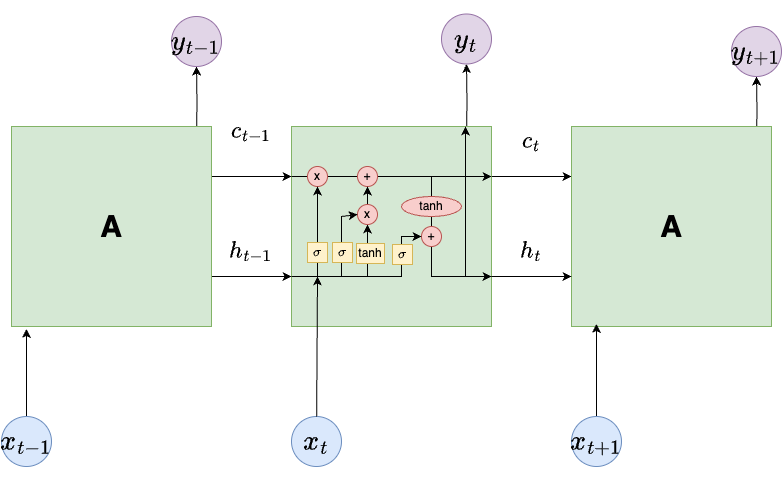
Above: ds701_book/drawio/LSTM.png in tools4ds/DS701-Course-Notes (draw.io), before the change. Source tidied: cells renumbered, new cells last; positions are measured from the earlier drawing's top-left corner, leaving out a move shared by most shapes. The source it was exported from:
```xml
<mxGraphModel math="1">
  <root>
    <mxCell id="0" />
    <mxCell id="1" parent="0" />
    <mxCell id="2" style="edgeStyle=orthogonalEdgeStyle;rounded=0;jettySize=auto;html=1;" parent="1" edge="1" target="6">
      <mxGeometry relative="1" as="geometry">
        <mxPoint x="195" y="124.5" as="sourcePoint" />
      </mxGeometry>
    </mxCell>
    <mxCell id="3" style="edgeStyle=orthogonalEdgeStyle;rounded=0;jettySize=auto;html=1;exitX=1;exitY=0.75;exitDx=0;exitDy=0;entryX=0;entryY=0.75;entryDx=0;entryDy=0;" parent="1" edge="1" source="5" target="11">
      <mxGeometry relative="1" as="geometry" />
    </mxCell>
    <mxCell id="4" style="edgeStyle=orthogonalEdgeStyle;rounded=0;jettySize=auto;html=1;exitX=1;exitY=0.25;exitDx=0;exitDy=0;entryX=0;entryY=0.25;entryDx=0;entryDy=0;" parent="1" edge="1" source="5" target="11">
      <mxGeometry relative="1" as="geometry" />
    </mxCell>
    <mxCell id="5" value="A" style="whiteSpace=wrap;html=1;fillColor=#d5e8d4;strokeColor=#82b366;fontSize=30;fontStyle=1;" parent="1" vertex="1">
      <mxGeometry x="10" y="112" width="200" height="200" as="geometry" />
    </mxCell>
    <mxCell id="6" value="&lt;font style=&quot;font-size: 24px;&quot;&gt;$$y_{t-1}$$&lt;/font&gt;" style="ellipse;whiteSpace=wrap;html=1;fillColor=#e1d5e7;strokeColor=#9673a6;" parent="1" vertex="1">
      <mxGeometry x="170" y="2" width="50" height="50" as="geometry" />
    </mxCell>
    <mxCell id="7" style="edgeStyle=orthogonalEdgeStyle;rounded=0;jettySize=auto;html=1;exitX=0.5;exitY=0;exitDx=0;exitDy=0;entryX=0.5;entryY=1;entryDx=0;entryDy=0;" parent="1" edge="1" source="8">
      <mxGeometry relative="1" as="geometry">
        <mxPoint x="25" y="314.5" as="targetPoint" />
      </mxGeometry>
    </mxCell>
    <mxCell id="8" value="&lt;font style=&quot;font-size: 24px;&quot;&gt;$$x_{t-1}$$&lt;/font&gt;" style="ellipse;whiteSpace=wrap;html=1;fillColor=#dae8fc;strokeColor=#6c8ebf;" parent="1" vertex="1">
      <mxGeometry y="402" width="50" height="50" as="geometry" />
    </mxCell>
    <mxCell id="9" style="edgeStyle=orthogonalEdgeStyle;rounded=0;jettySize=auto;html=1;exitX=0.5;exitY=0;exitDx=0;exitDy=0;entryX=0.5;entryY=1;entryDx=0;entryDy=0;" parent="1" edge="1" target="12">
      <mxGeometry relative="1" as="geometry">
        <mxPoint x="465" y="124.5" as="sourcePoint" />
      </mxGeometry>
    </mxCell>
    <mxCell id="10" style="edgeStyle=orthogonalEdgeStyle;rounded=0;jettySize=auto;html=1;exitX=1;exitY=0.25;exitDx=0;exitDy=0;entryX=0;entryY=0.25;entryDx=0;entryDy=0;" parent="1" edge="1" source="11" target="15">
      <mxGeometry relative="1" as="geometry" />
    </mxCell>
    <mxCell id="11" style="whiteSpace=wrap;html=1;fillColor=#d5e8d4;strokeColor=#82b366;fontSize=30;fontStyle=1;" parent="1" vertex="1">
      <mxGeometry x="290" y="112" width="200" height="200" as="geometry" />
    </mxCell>
    <mxCell id="12" value="&lt;font style=&quot;font-size: 24px;&quot;&gt;$$y_t$$&lt;/font&gt;" style="ellipse;whiteSpace=wrap;html=1;fillColor=#e1d5e7;strokeColor=#9673a6;" parent="1" vertex="1">
      <mxGeometry x="440" y="-0.5" width="50" height="50" as="geometry" />
    </mxCell>
    <mxCell id="13" value="&lt;font style=&quot;font-size: 24px;&quot;&gt;$$x_t$$&lt;/font&gt;" style="ellipse;whiteSpace=wrap;html=1;fillColor=#dae8fc;strokeColor=#6c8ebf;" parent="1" vertex="1">
      <mxGeometry x="290" y="402" width="50" height="50" as="geometry" />
    </mxCell>
    <mxCell id="14" style="edgeStyle=orthogonalEdgeStyle;rounded=0;jettySize=auto;html=1;exitX=0.5;exitY=0;exitDx=0;exitDy=0;entryX=0.5;entryY=1;entryDx=0;entryDy=0;" parent="1" edge="1" target="16">
      <mxGeometry relative="1" as="geometry">
        <mxPoint x="755" y="129.5" as="sourcePoint" />
      </mxGeometry>
    </mxCell>
    <mxCell id="15" value="A" style="whiteSpace=wrap;html=1;fillColor=#d5e8d4;strokeColor=#82b366;fontSize=30;fontStyle=1;" parent="1" vertex="1">
      <mxGeometry x="570" y="112" width="200" height="200" as="geometry" />
    </mxCell>
    <mxCell id="16" value="&lt;font style=&quot;font-size: 24px;&quot;&gt;$$y_{t+1}$$&lt;/font&gt;" style="ellipse;whiteSpace=wrap;html=1;fillColor=#e1d5e7;strokeColor=#9673a6;" parent="1" vertex="1">
      <mxGeometry x="730" y="12" width="50" height="50" as="geometry" />
    </mxCell>
    <mxCell id="17" style="edgeStyle=orthogonalEdgeStyle;rounded=0;jettySize=auto;html=1;exitX=0.5;exitY=0;exitDx=0;exitDy=0;entryX=0.5;entryY=1;entryDx=0;entryDy=0;" parent="1" edge="1" source="18">
      <mxGeometry relative="1" as="geometry">
        <mxPoint x="595" y="309.5" as="targetPoint" />
      </mxGeometry>
    </mxCell>
    <mxCell id="18" value="&lt;font style=&quot;font-size: 24px;&quot;&gt;$$x_{t+1}$$&lt;/font&gt;" style="ellipse;whiteSpace=wrap;html=1;fillColor=#dae8fc;strokeColor=#6c8ebf;" parent="1" vertex="1">
      <mxGeometry x="570" y="402" width="50" height="50" as="geometry" />
    </mxCell>
    <mxCell id="19" style="edgeStyle=orthogonalEdgeStyle;rounded=0;orthogonalLoop=1;jettySize=auto;html=1;exitX=1;exitY=0.75;exitDx=0;exitDy=0;entryX=0;entryY=0.75;entryDx=0;entryDy=0;" parent="1" edge="1">
      <mxGeometry relative="1" as="geometry">
        <mxPoint x="490" y="262" as="sourcePoint" />
        <mxPoint x="570" y="262" as="targetPoint" />
      </mxGeometry>
    </mxCell>
    <mxCell id="20" style="endArrow=classic;html=1;rounded=0;entryX=1;entryY=0.25;entryDx=0;entryDy=0;" parent="1" edge="1" target="11">
      <mxGeometry relative="1" as="geometry">
        <mxPoint x="290" y="162" as="sourcePoint" />
      </mxGeometry>
    </mxCell>
    <mxCell id="21" value="x" style="ellipse;whiteSpace=wrap;html=1;fillColor=#f8cecc;strokeColor=#b85450;" parent="1" vertex="1">
      <mxGeometry x="306" y="152" width="20" height="20" as="geometry" />
    </mxCell>
    <mxCell id="22" value="+" style="ellipse;whiteSpace=wrap;html=1;fillColor=#f8cecc;strokeColor=#b85450;" parent="1" vertex="1">
      <mxGeometry x="356" y="152" width="20" height="20" as="geometry" />
    </mxCell>
    <mxCell id="23" style="curved=0;endArrow=classic;html=1;rounded=0;" parent="1" edge="1" source="26">
      <mxGeometry relative="1" as="geometry">
        <mxPoint x="490" y="262" as="targetPoint" />
        <Array as="points">
          <mxPoint x="430" y="262" />
        </Array>
      </mxGeometry>
    </mxCell>
    <mxCell id="24" style="endArrow=classic;html=1;rounded=0;entryX=0.87;entryY=0;entryDx=0;entryDy=0;entryPerimeter=0;" parent="1" edge="1" target="11">
      <mxGeometry relative="1" as="geometry">
        <mxPoint x="464" y="262" as="sourcePoint" />
      </mxGeometry>
    </mxCell>
    <mxCell id="25" style="curved=0;endArrow=none;html=1;rounded=0;endFill=0;" parent="1" edge="1" source="29" target="26">
      <mxGeometry relative="1" as="geometry" />
    </mxCell>
    <mxCell id="26" value="+" style="ellipse;whiteSpace=wrap;html=1;fillColor=#f8cecc;strokeColor=#b85450;" parent="1" vertex="1">
      <mxGeometry x="420" y="212" width="20" height="20" as="geometry" />
    </mxCell>
    <mxCell id="27" style="endArrow=classic;html=1;rounded=0;exitX=0;exitY=0.75;exitDx=0;exitDy=0;" parent="1" edge="1" source="11" target="26">
      <mxGeometry relative="1" as="geometry">
        <Array as="points">
          <mxPoint x="350" y="262" />
          <mxPoint x="400" y="262" />
          <mxPoint x="400" y="242" />
          <mxPoint x="400" y="222" />
        </Array>
      </mxGeometry>
    </mxCell>
    <mxCell id="28" style="curved=0;endArrow=none;html=1;rounded=0;endFill=0;" parent="1" edge="1" target="29">
      <mxGeometry relative="1" as="geometry">
        <mxPoint x="430" y="162" as="sourcePoint" />
      </mxGeometry>
    </mxCell>
    <mxCell id="29" value="tanh" style="ellipse;whiteSpace=wrap;html=1;fillColor=#f8cecc;strokeColor=#b85450;" parent="1" vertex="1">
      <mxGeometry x="400" y="182" width="60" height="20" as="geometry" />
    </mxCell>
    <mxCell id="30" value="&lt;font style=&quot;font-size: 20px;&quot;&gt;$$c_{t-1}$$&lt;/font&gt;" style="text;html=1;align=center;verticalAlign=middle;whiteSpace=wrap;rounded=0;" parent="1" vertex="1">
      <mxGeometry x="220" y="102" width="60" height="30" as="geometry" />
    </mxCell>
    <mxCell id="31" value="&lt;font style=&quot;font-size: 20px;&quot;&gt;$$c_{t}$$&lt;/font&gt;" style="text;html=1;align=center;verticalAlign=middle;whiteSpace=wrap;rounded=0;" parent="1" vertex="1">
      <mxGeometry x="500" y="112" width="60" height="30" as="geometry" />
    </mxCell>
    <mxCell id="32" value="&lt;font style=&quot;font-size: 20px;&quot;&gt;$$h_{t-1}$$&lt;/font&gt;" style="text;html=1;align=center;verticalAlign=middle;whiteSpace=wrap;rounded=0;" parent="1" vertex="1">
      <mxGeometry x="220" y="222" width="60" height="30" as="geometry" />
    </mxCell>
    <mxCell id="33" value="&lt;font style=&quot;font-size: 20px;&quot;&gt;$$h_{t}$$&lt;/font&gt;" style="text;html=1;align=center;verticalAlign=middle;whiteSpace=wrap;rounded=0;" parent="1" vertex="1">
      <mxGeometry x="500" y="222" width="60" height="30" as="geometry" />
    </mxCell>
    <mxCell id="34" style="endArrow=classic;html=1;rounded=0;" parent="1" edge="1" source="13">
      <mxGeometry relative="1" as="geometry">
        <mxPoint x="316" y="262" as="targetPoint" />
      </mxGeometry>
    </mxCell>
    <mxCell id="35" style="endArrow=classic;html=1;rounded=0;entryX=0.5;entryY=1;entryDx=0;entryDy=0;" parent="1" edge="1" source="37" target="21">
      <mxGeometry relative="1" as="geometry" />
    </mxCell>
    <mxCell id="36" style="endArrow=none;html=1;rounded=0;entryX=0.5;entryY=1;entryDx=0;entryDy=0;endFill=0;" parent="1" edge="1" target="37">
      <mxGeometry relative="1" as="geometry">
        <mxPoint x="316" y="262" as="sourcePoint" />
      </mxGeometry>
    </mxCell>
    <mxCell id="37" value="$$\sigma$$" style="whiteSpace=wrap;html=1;fillColor=#fff2cc;strokeColor=#d6b656;" parent="1" vertex="1">
      <mxGeometry x="306" y="228" width="20" height="20" as="geometry" />
    </mxCell>
    <mxCell id="38" style="endArrow=classic;html=1;rounded=0;targetPerimeterSpacing=0;sourcePerimeterSpacing=0;" parent="1" edge="1" source="40" target="22">
      <mxGeometry relative="1" as="geometry" />
    </mxCell>
    <mxCell id="39" style="endArrow=classic;html=1;rounded=0;targetPerimeterSpacing=0;sourcePerimeterSpacing=0;" parent="1" edge="1" target="40">
      <mxGeometry relative="1" as="geometry">
        <mxPoint x="366" y="262" as="sourcePoint" />
      </mxGeometry>
    </mxCell>
    <mxCell id="40" value="x" style="ellipse;whiteSpace=wrap;html=1;fillColor=#f8cecc;strokeColor=#b85450;" parent="1" vertex="1">
      <mxGeometry x="356" y="190" width="20" height="20" as="geometry" />
    </mxCell>
    <mxCell id="41" style="endArrow=classic;html=1;rounded=0;entryX=0;entryY=0.5;entryDx=0;entryDy=0;" parent="1" edge="1" target="40">
      <mxGeometry relative="1" as="geometry">
        <mxPoint x="340" y="262" as="sourcePoint" />
        <Array as="points">
          <mxPoint x="340" y="202" />
        </Array>
      </mxGeometry>
    </mxCell>
    <mxCell id="42" value="$$\sigma$$" style="whiteSpace=wrap;html=1;fillColor=#fff2cc;strokeColor=#d6b656;" parent="1" vertex="1">
      <mxGeometry x="331" y="228" width="20" height="20" as="geometry" />
    </mxCell>
    <mxCell id="43" value="tanh" style="rounded=0;whiteSpace=wrap;html=1;fillColor=#fff2cc;strokeColor=#d6b656;" parent="1" vertex="1">
      <mxGeometry x="355" y="229" width="28" height="20" as="geometry" />
    </mxCell>
    <mxCell id="44" value="$$\sigma$$" style="whiteSpace=wrap;html=1;fillColor=#fff2cc;strokeColor=#d6b656;" parent="1" vertex="1">
      <mxGeometry x="391" y="230" width="20" height="20" as="geometry" />
    </mxCell>
  </root>
</mxGraphModel>
```
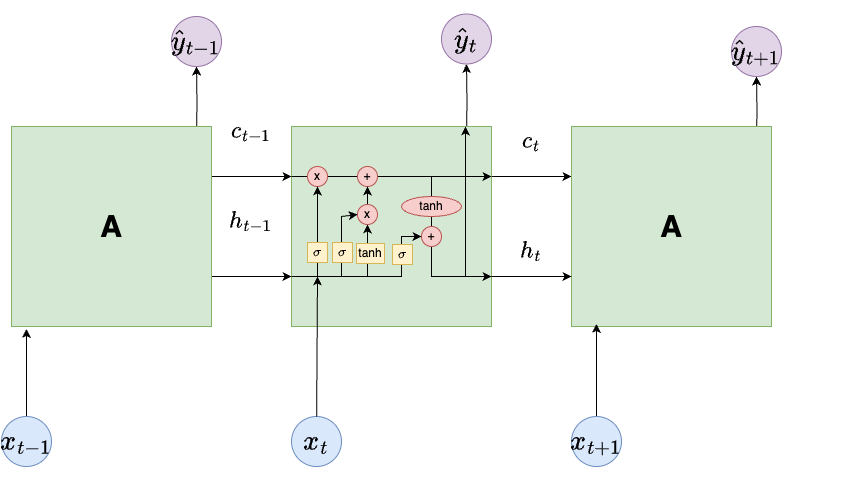
The same diagram one commit later.

What changed in the source:
```diff
@@ -16,7 +16,7 @@
     <mxCell id="5" value="A" style="whiteSpace=wrap;html=1;fillColor=#d5e8d4;strokeColor=#82b366;fontSize=30;fontStyle=1;" parent="1" vertex="1">
       <mxGeometry x="10" y="112" width="200" height="200" as="geometry" />
     </mxCell>
-    <mxCell id="6" value="&lt;font style=&quot;font-size: 24px;&quot;&gt;$$y_{t-1}$$&lt;/font&gt;" style="ellipse;whiteSpace=wrap;html=1;fillColor=#e1d5e7;strokeColor=#9673a6;" parent="1" vertex="1">
+    <mxCell id="6" value="&lt;font style=&quot;font-size: 24px;&quot;&gt;$$\hat{y}_{t-1}$$&lt;/font&gt;" style="ellipse;whiteSpace=wrap;html=1;fillColor=#e1d5e7;strokeColor=#9673a6;" parent="1" vertex="1">
       <mxGeometry x="170" y="2" width="50" height="50" as="geometry" />
     </mxCell>
     <mxCell id="7" style="edgeStyle=orthogonalEdgeStyle;rounded=0;jettySize=auto;html=1;exitX=0.5;exitY=0;exitDx=0;exitDy=0;entryX=0.5;entryY=1;entryDx=0;entryDy=0;" parent="1" edge="1" source="8">
@@ -38,7 +38,7 @@
     <mxCell id="11" style="whiteSpace=wrap;html=1;fillColor=#d5e8d4;strokeColor=#82b366;fontSize=30;fontStyle=1;" parent="1" vertex="1">
       <mxGeometry x="290" y="112" width="200" height="200" as="geometry" />
     </mxCell>
-    <mxCell id="12" value="&lt;font style=&quot;font-size: 24px;&quot;&gt;$$y_t$$&lt;/font&gt;" style="ellipse;whiteSpace=wrap;html=1;fillColor=#e1d5e7;strokeColor=#9673a6;" parent="1" vertex="1">
+    <mxCell id="12" value="&lt;font style=&quot;font-size: 24px;&quot;&gt;$$\hat{y}_t$$&lt;/font&gt;" style="ellipse;whiteSpace=wrap;html=1;fillColor=#e1d5e7;strokeColor=#9673a6;" parent="1" vertex="1">
       <mxGeometry x="440" y="-0.5" width="50" height="50" as="geometry" />
     </mxCell>
     <mxCell id="13" value="&lt;font style=&quot;font-size: 24px;&quot;&gt;$$x_t$$&lt;/font&gt;" style="ellipse;whiteSpace=wrap;html=1;fillColor=#dae8fc;strokeColor=#6c8ebf;" parent="1" vertex="1">
@@ -52,7 +52,7 @@
     <mxCell id="15" value="A" style="whiteSpace=wrap;html=1;fillColor=#d5e8d4;strokeColor=#82b366;fontSize=30;fontStyle=1;" parent="1" vertex="1">
       <mxGeometry x="570" y="112" width="200" height="200" as="geometry" />
     </mxCell>
-    <mxCell id="16" value="&lt;font style=&quot;font-size: 24px;&quot;&gt;$$y_{t+1}$$&lt;/font&gt;" style="ellipse;whiteSpace=wrap;html=1;fillColor=#e1d5e7;strokeColor=#9673a6;" parent="1" vertex="1">
+    <mxCell id="16" value="&lt;font style=&quot;font-size: 24px;&quot;&gt;$$\hat{y}_{t+1}$$&lt;/font&gt;" style="ellipse;whiteSpace=wrap;html=1;fillColor=#e1d5e7;strokeColor=#9673a6;" parent="1" vertex="1">
       <mxGeometry x="730" y="12" width="50" height="50" as="geometry" />
     </mxCell>
     <mxCell id="17" style="edgeStyle=orthogonalEdgeStyle;rounded=0;jettySize=auto;html=1;exitX=0.5;exitY=0;exitDx=0;exitDy=0;entryX=0.5;entryY=1;entryDx=0;entryDy=0;" parent="1" edge="1" source="18">
@@ -124,7 +124,7 @@
       <mxGeometry x="500" y="112" width="60" height="30" as="geometry" />
     </mxCell>
     <mxCell id="32" value="&lt;font style=&quot;font-size: 20px;&quot;&gt;$$h_{t-1}$$&lt;/font&gt;" style="text;html=1;align=center;verticalAlign=middle;whiteSpace=wrap;rounded=0;" parent="1" vertex="1">
-      <mxGeometry x="220" y="222" width="60" height="30" as="geometry" />
+      <mxGeometry x="220" y="192" width="60" height="30" as="geometry" />
     </mxCell>
     <mxCell id="33" value="&lt;font style=&quot;font-size: 20px;&quot;&gt;$$h_{t}$$&lt;/font&gt;" style="text;html=1;align=center;verticalAlign=middle;whiteSpace=wrap;rounded=0;" parent="1" vertex="1">
       <mxGeometry x="500" y="222" width="60" height="30" as="geometry" />
```
